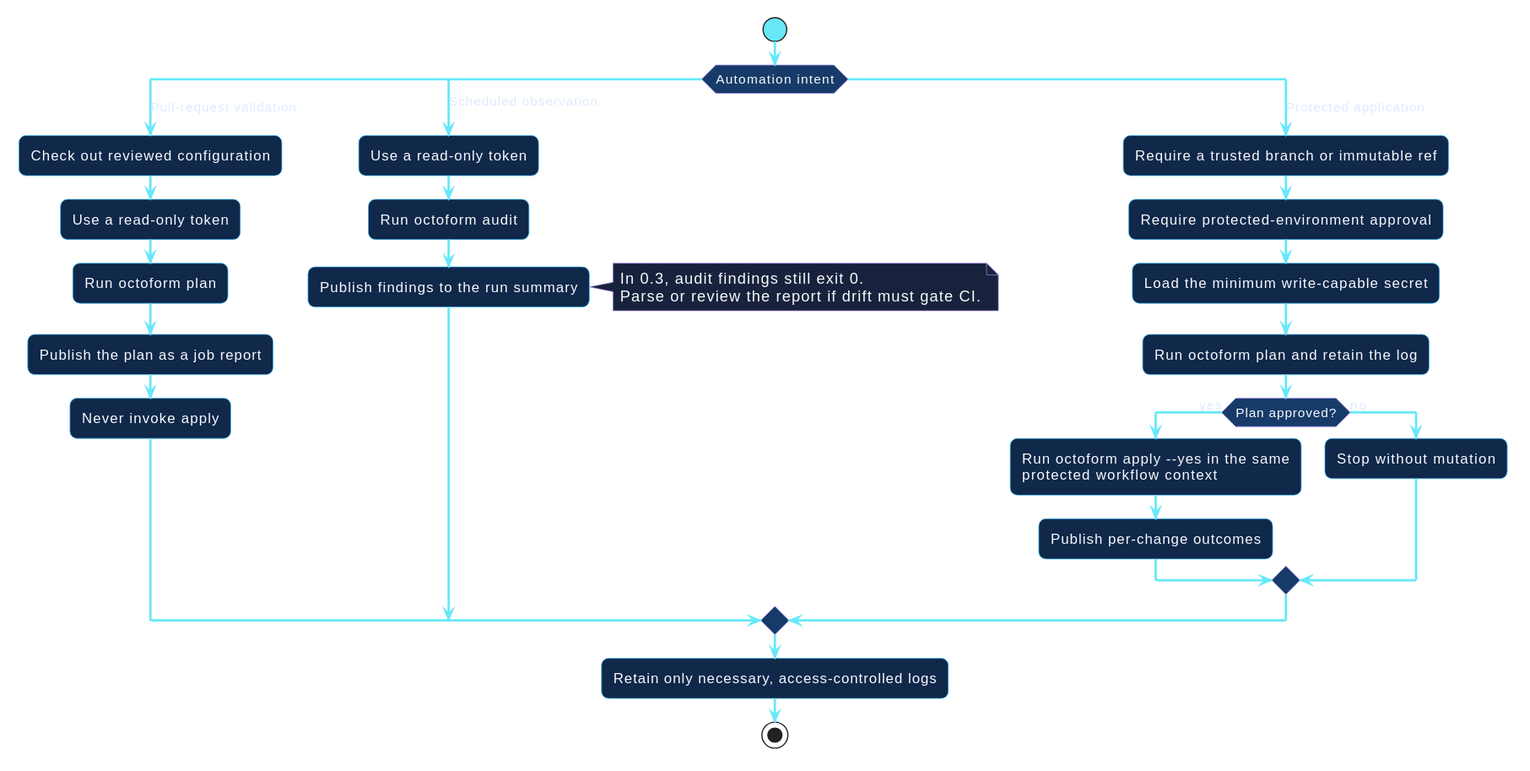
Earlier version of the PlantUML export docs/assets/diagrams/automation-pipelines.svg (hector-ae21/octoform-docs).
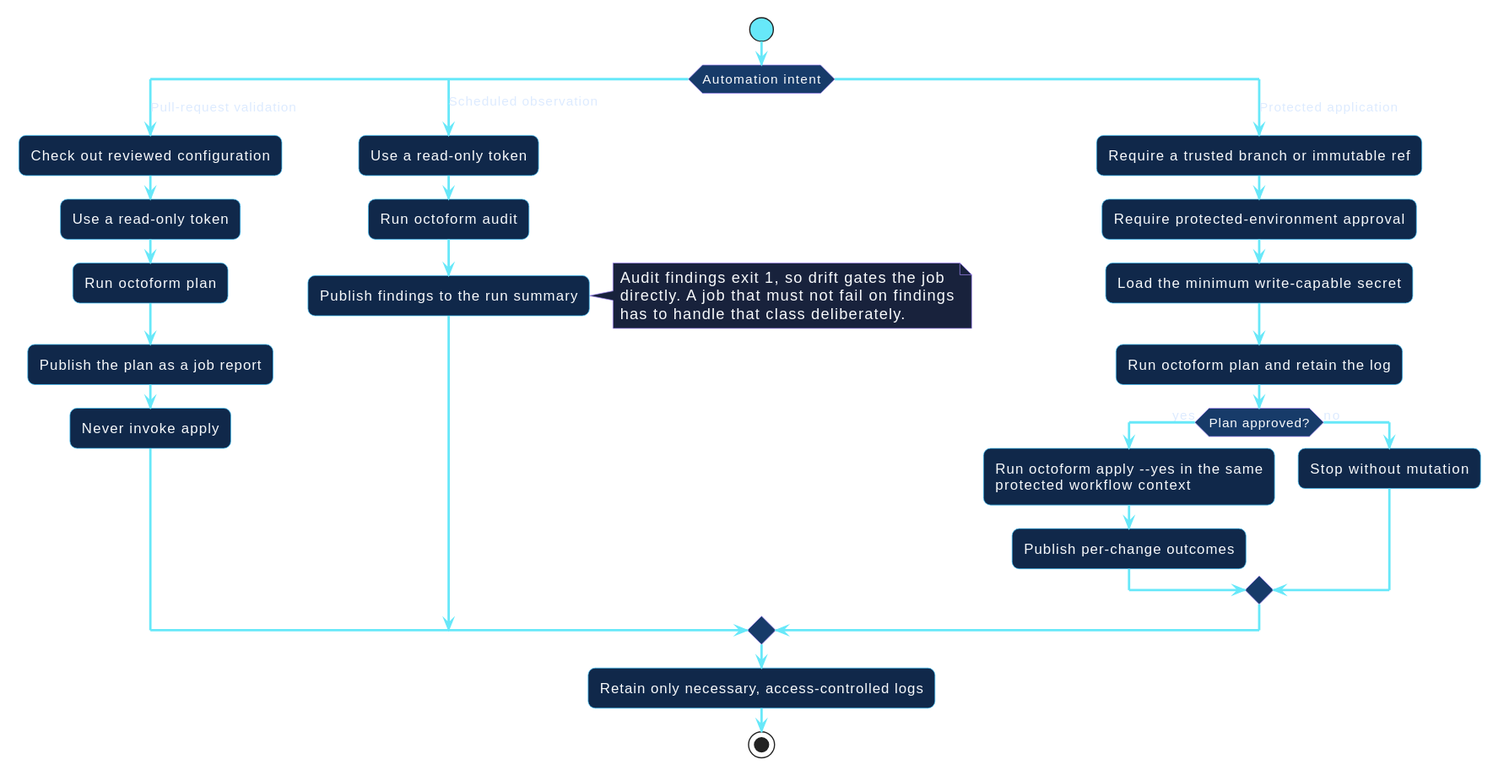
After the commit.

What changed in the source:
```diff
@@ -14,8 +14,9 @@
   :Run octoform audit;
   :Publish findings to the run summary;
   note right
-    In 0.3, audit findings still exit 0.
-    Parse or review the report if drift must gate CI.
+    Audit findings exit 1, so drift gates the job
+    directly. A job that must not fail on findings
+    has to handle that class deliberately.
   end note
 case (Protected application)
   :Require a trusted branch or immutable ref;
```
